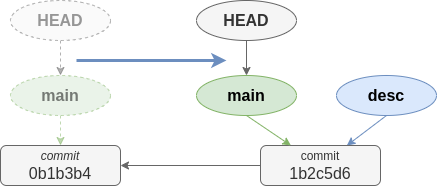
Before: docs/apunts/img/branques/after_ff.png, a diagram exported from draw.io (joapuiib/curs-git). Source tidied: cells renumbered, new cells last; positions are measured from the earlier drawing's top-left corner, leaving out a move shared by most shapes.
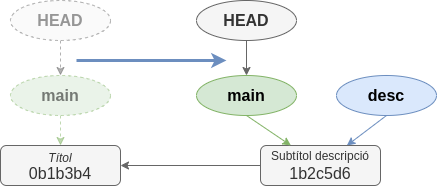
The same diagram one commit later.

Diff of the diagram source:
```diff
@@ -2,7 +2,7 @@
   <root>
     <mxCell id="0" />
     <mxCell id="1" parent="0" />
-    <mxCell id="2" value="&lt;div style=&quot;line-height: 100%;&quot;&gt;&lt;i&gt;&lt;font style=&quot;font-size: 12px;&quot;&gt;commit&lt;/font&gt;&lt;/i&gt;&lt;/div&gt;0b1b3b4" style="rounded=1;whiteSpace=wrap;html=1;fontSize=16;fillColor=#f5f5f5;strokeColor=#666666;fontColor=#333333;" parent="1" vertex="1">
+    <mxCell id="2" value="&lt;div style=&quot;line-height: 100%;&quot;&gt;&lt;span style=&quot;background-color: initial;&quot;&gt;&lt;span style=&quot;font-size: 12px;&quot;&gt;&lt;i&gt;Títol&lt;/i&gt;&lt;/span&gt;&lt;/span&gt;&lt;/div&gt;&lt;div style=&quot;line-height: 100%;&quot;&gt;&lt;span style=&quot;background-color: initial;&quot;&gt;0b1b3b4&lt;/span&gt;&lt;br&gt;&lt;/div&gt;" style="rounded=1;whiteSpace=wrap;html=1;fontSize=16;fillColor=#f5f5f5;strokeColor=#666666;fontColor=#333333;" parent="1" vertex="1">
       <mxGeometry y="145" width="120" height="40" as="geometry" />
     </mxCell>
     <mxCell id="3" style="rounded=0;jettySize=auto;html=1;exitX=0.5;exitY=1;exitDx=0;exitDy=0;fillColor=#d5e8d4;strokeColor=#82b366;dashed=1;opacity=50;" parent="1" edge="1" source="4" target="2">
@@ -26,7 +26,7 @@
     <mxCell id="9" style="edgeStyle=orthogonalEdgeStyle;rounded=0;jettySize=auto;html=1;exitX=0;exitY=0.5;exitDx=0;exitDy=0;fillColor=#f5f5f5;strokeColor=#666666;" parent="1" edge="1" source="10" target="2">
       <mxGeometry relative="1" as="geometry" />
     </mxCell>
-    <mxCell id="10" value="&lt;div style=&quot;line-height: 100%;&quot;&gt;&lt;font style=&quot;font-size: 12px;&quot;&gt;commit&lt;/font&gt;&lt;/div&gt;1b2c5d6" style="rounded=1;whiteSpace=wrap;html=1;fontSize=16;fillColor=#f5f5f5;strokeColor=#666666;fontColor=#333333;" parent="1" vertex="1">
+    <mxCell id="10" value="&lt;div style=&quot;line-height: 100%;&quot;&gt;&lt;font style=&quot;font-size: 12px;&quot;&gt;Subtítol descripció&lt;/font&gt;&lt;/div&gt;1b2c5d6" style="rounded=1;whiteSpace=wrap;html=1;fontSize=16;fillColor=#f5f5f5;strokeColor=#666666;fontColor=#333333;" parent="1" vertex="1">
       <mxGeometry x="260" y="145" width="120" height="40" as="geometry" />
     </mxCell>
     <mxCell id="11" style="rounded=0;jettySize=auto;html=1;exitX=0.5;exitY=1;exitDx=0;exitDy=0;fillColor=#d5e8d4;strokeColor=#82b366;" parent="1" edge="1" source="12" target="10">
```
